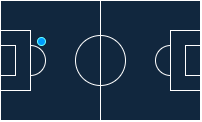
Earlier version of the draw.io export dci.drawio.png (cristiandg16/Posiciones_APF). Source tidied: cells renumbered, new cells last; positions are measured from the earlier drawing's top-left corner, leaving out a move shared by most shapes.
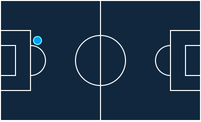
Later version of the same file.

The edit, as a diff of the source:
```diff
@@ -32,8 +32,8 @@
     <mxCell id="11" style="rounded=0;whiteSpace=wrap;html=1;fillStyle=solid;fillColor=#11273E;strokeColor=#FFFFFF;" parent="1" vertex="1">
       <mxGeometry y="45" width="15" height="30" as="geometry" />
     </mxCell>
-    <mxCell id="12" style="ellipse;whiteSpace=wrap;html=1;fillStyle=solid;fillColor=#009dff;strokeColor=#66FFFF;" parent="1" vertex="1">
-      <mxGeometry x="37" y="37" width="8" height="8" as="geometry" />
-    </mxCell>
+    <mxCell id="13" style="ellipse;whiteSpace=wrap;html=1;fillStyle=solid;fillColor=#009dff;strokeColor=#66FFFF;" parent="1" vertex="1">
+      <mxGeometry x="33" y="36" width="8" height="8" as="geometry" />
+    </mxCell>
   </root>
 </mxGraphModel>
```
